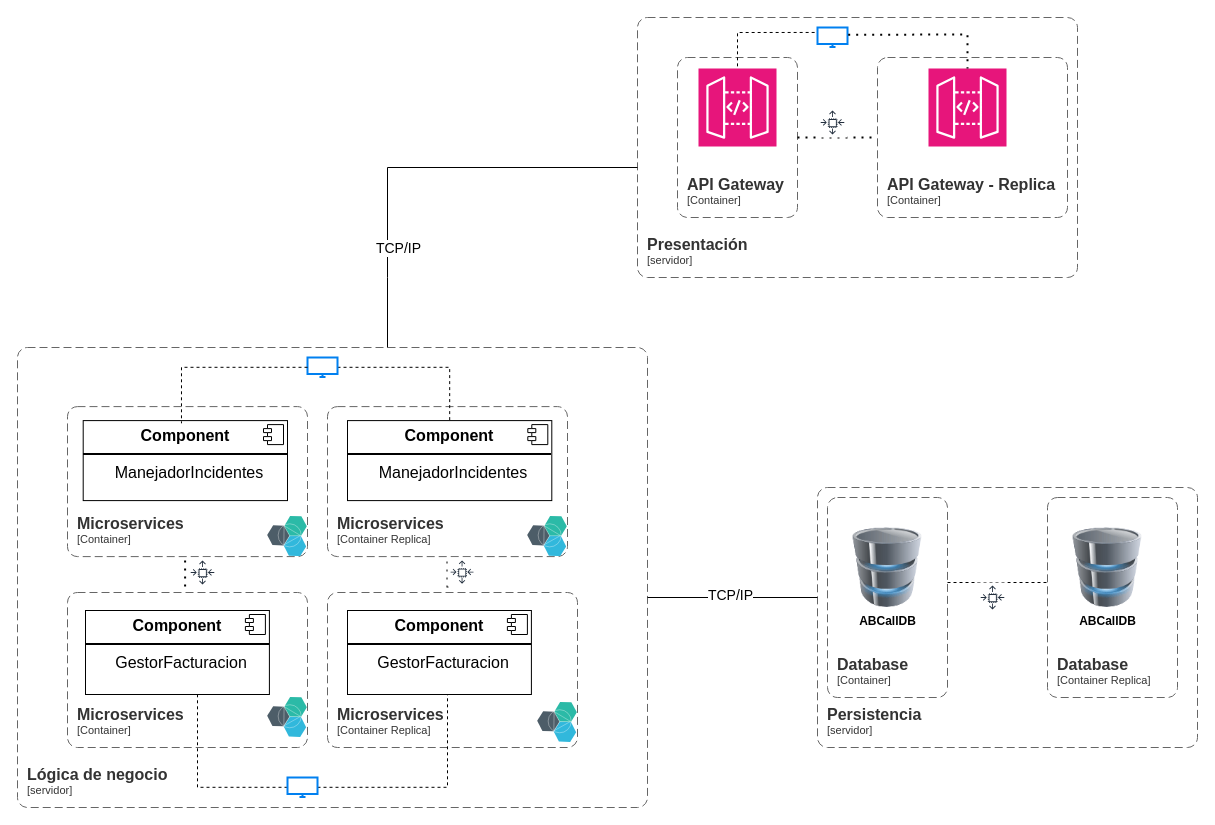
Before: page "hu experimento arquitectura abcall asincrono" (8 of 8) of diagramas.drawio in lordmkichavi-andes/MISW4202-202414-Grupo017, a draw.io diagram. Source tidied: cells renumbered, new cells numbered last; positions are measured from the earlier drawing's top-left corner, leaving out a move shared by most shapes. Both pictures are drawn from the tidied source at 100%, with x=0, y=0 at pixel (17, 17).
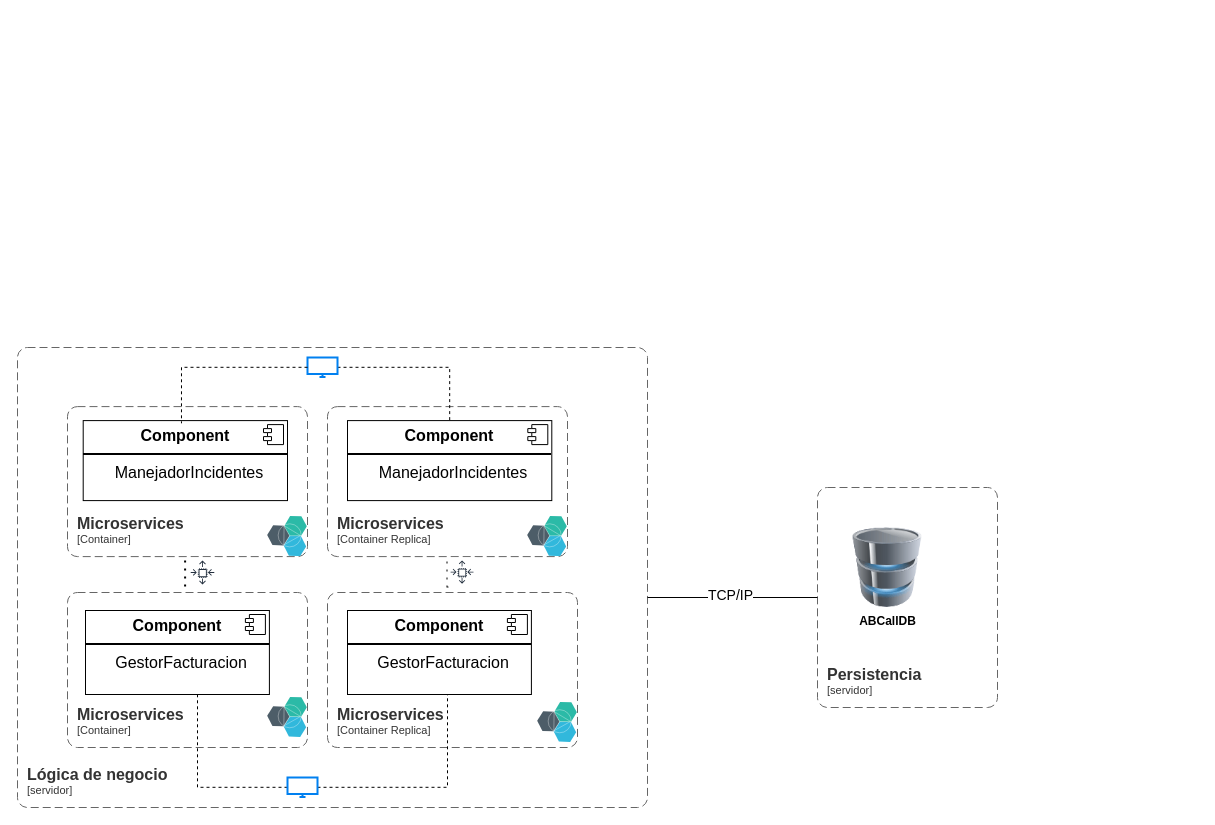
Above is the later version.

The edit, as a diff of the source:
```diff
@@
-    <mxCell id="6" style="edgeStyle=orthogonalEdgeStyle;rounded=0;orthogonalLoop=1;jettySize=auto;html=1;endArrow=none;endFill=0;dashed=1;" parent="1" edge="1">
-      <mxGeometry relative="1" as="geometry">
-        <mxPoint x="930" y="565" as="sourcePoint" />
-        <mxPoint x="1030" y="565" as="targetPoint" />
-      </mxGeometry>
-    </mxCell>
@@
-    <object id="9" label="&lt;font style=&quot;font-size: 16px&quot;&gt;&lt;b&gt;&lt;div style=&quot;text-align: left&quot;&gt;%c4Name%&lt;/div&gt;&lt;/b&gt;&lt;/font&gt;&lt;div style=&quot;text-align: left&quot;&gt;[%c4Application%]&lt;/div&gt;" c4Application="servidor" c4Name="Presentación" placeholders="1">
-      <mxCell style="rounded=1;fontSize=11;whiteSpace=wrap;html=1;dashed=1;arcSize=20;fillColor=none;strokeColor=#666666;fontColor=#333333;labelBackgroundColor=none;align=left;verticalAlign=bottom;labelBorderColor=none;spacingTop=0;spacing=10;dashPattern=8 4;perimeter=rectanglePerimeter;noLabel=0;labelPadding=0;absoluteArcSize=1;" parent="1" vertex="1">
-        <mxGeometry x="620" width="440" height="260" as="geometry" />
-      </mxCell>
-    </object>
     <object id="10" label="&lt;font style=&quot;font-size: 16px&quot;&gt;&lt;b&gt;&lt;div style=&quot;text-align: left&quot;&gt;%c4Name%&lt;/div&gt;&lt;/b&gt;&lt;/font&gt;&lt;div style=&quot;text-align: left&quot;&gt;[%c4Application%]&lt;/div&gt;" c4Application="servidor" c4Name="Persistencia" placeholders="1">
       <mxCell style="rounded=1;fontSize=11;whiteSpace=wrap;html=1;dashed=1;arcSize=20;fillColor=none;strokeColor=#666666;fontColor=#333333;labelBackgroundColor=none;align=left;verticalAlign=bottom;labelBorderColor=none;spacingTop=0;spacing=10;dashPattern=8 4;perimeter=rectanglePerimeter;noLabel=0;labelPadding=0;absoluteArcSize=1;" parent="1" vertex="1">
-        <mxGeometry x="800" y="470" width="380" height="260" as="geometry" />
+        <mxGeometry x="800" y="470" width="180" height="220" as="geometry" />
       </mxCell>
     </object>
@@
-    <mxCell id="12" style="sketch=0;points=[[0,0,0],[0.25,0,0],[0.5,0,0],[0.75,0,0],[1,0,0],[0,1,0],[0.25,1,0],[0.5,1,0],[0.75,1,0],[1,1,0],[0,0.25,0],[0,0.5,0],[0,0.75,0],[1,0.25,0],[1,0.5,0],[1,0.75,0]];outlineConnect=0;fontColor=#232F3E;fillColor=#E7157B;strokeColor=#ffffff;dashed=0;verticalLabelPosition=bottom;verticalAlign=top;align=center;html=1;fontSize=12;fontStyle=0;shape=mxgraph.aws4.resourceIcon;resIcon=mxgraph.aws4.api_gateway;" parent="1" vertex="1">
-      <mxGeometry x="911" y="51" width="78" height="78" as="geometry" />
-    </mxCell>
-    <mxCell id="13" style="endArrow=none;html=1;rounded=0;" parent="1" edge="1">
-      <mxGeometry relative="1" as="geometry">
-        <mxPoint x="370" y="330" as="sourcePoint" />
-        <mxPoint x="620" y="150" as="targetPoint" />
-        <Array as="points">
-          <mxPoint x="370" y="260" />
-          <mxPoint x="370" y="150" />
-        </Array>
-      </mxGeometry>
-    </mxCell>
-    <mxCell id="14" value="&lt;font style=&quot;font-size: 14px;&quot;&gt;TCP/IP&lt;/font&gt;" style="edgeLabel;html=1;align=center;verticalAlign=middle;" parent="13" vertex="1">
-      <mxGeometry x="-0.04" y="3" relative="1" as="geometry">
-        <mxPoint x="-16" y="83" as="offset" />
-      </mxGeometry>
-    </mxCell>
@@
-    <object id="28" label="&lt;font style=&quot;font-size: 16px&quot;&gt;&lt;b&gt;&lt;div style=&quot;text-align: left&quot;&gt;%c4Name%&lt;/div&gt;&lt;/b&gt;&lt;/font&gt;&lt;div style=&quot;text-align: left&quot;&gt;[%c4Application%]&lt;/div&gt;" c4Application="Container" c4Name="API Gateway" placeholders="1">
-      <mxCell style="rounded=1;fontSize=11;whiteSpace=wrap;html=1;dashed=1;arcSize=20;fillColor=none;strokeColor=#666666;fontColor=#333333;labelBackgroundColor=none;align=left;verticalAlign=bottom;labelBorderColor=none;spacingTop=0;spacing=10;dashPattern=8 4;perimeter=rectanglePerimeter;noLabel=0;labelPadding=0;absoluteArcSize=1;" parent="1" vertex="1">
-        <mxGeometry x="660" y="40" width="120" height="160" as="geometry" />
-      </mxCell>
-    </object>
-    <mxCell id="29" style="sketch=0;points=[[0,0,0],[0.25,0,0],[0.5,0,0],[0.75,0,0],[1,0,0],[0,1,0],[0.25,1,0],[0.5,1,0],[0.75,1,0],[1,1,0],[0,0.25,0],[0,0.5,0],[0,0.75,0],[1,0.25,0],[1,0.5,0],[1,0.75,0]];outlineConnect=0;fontColor=#232F3E;fillColor=#E7157B;strokeColor=#ffffff;dashed=0;verticalLabelPosition=bottom;verticalAlign=top;align=center;html=1;fontSize=12;fontStyle=0;shape=mxgraph.aws4.resourceIcon;resIcon=mxgraph.aws4.api_gateway;" parent="1" vertex="1">
-      <mxGeometry x="681" y="51" width="78" height="78" as="geometry" />
-    </mxCell>
-    <object id="30" label="&lt;font style=&quot;font-size: 16px&quot;&gt;&lt;b&gt;&lt;div style=&quot;text-align: left&quot;&gt;%c4Name%&lt;/div&gt;&lt;/b&gt;&lt;/font&gt;&lt;div style=&quot;text-align: left&quot;&gt;[%c4Application%]&lt;/div&gt;" c4Application="Container" c4Name="API Gateway - Replica" placeholders="1">
-      <mxCell style="rounded=1;fontSize=11;whiteSpace=wrap;html=1;dashed=1;arcSize=20;fillColor=none;strokeColor=#666666;fontColor=#333333;labelBackgroundColor=none;align=left;verticalAlign=bottom;labelBorderColor=none;spacingTop=0;spacing=10;dashPattern=8 4;perimeter=rectanglePerimeter;noLabel=0;labelPadding=0;absoluteArcSize=1;" parent="1" vertex="1">
-        <mxGeometry x="860" y="40" width="190" height="160" as="geometry" />
-      </mxCell>
-    </object>
-    <mxCell id="31" style="endArrow=none;dashed=1;html=1;dashPattern=1 3;strokeWidth=2;rounded=0;" parent="1" edge="1">
-      <mxGeometry relative="1" as="geometry">
-        <mxPoint x="780" y="120" as="sourcePoint" />
-        <mxPoint x="860" y="120" as="targetPoint" />
-      </mxGeometry>
-    </mxCell>
@@
-    <mxCell id="34" value="&lt;b&gt;ABCallDB&lt;/b&gt;&lt;div&gt;&lt;br&gt;&lt;/div&gt;" style="image;html=1;image=img/lib/clip_art/computers/Database_128x128.png;" parent="1" vertex="1">
-      <mxGeometry x="1050" y="510" width="80" height="80" as="geometry" />
-    </mxCell>
-    <object id="35" label="&lt;font style=&quot;font-size: 16px&quot;&gt;&lt;b&gt;&lt;div style=&quot;text-align: left&quot;&gt;%c4Name%&lt;/div&gt;&lt;/b&gt;&lt;/font&gt;&lt;div style=&quot;text-align: left&quot;&gt;[%c4Application%]&lt;/div&gt;" c4Application="Container" c4Name="Database" placeholders="1">
-      <mxCell style="rounded=1;fontSize=11;whiteSpace=wrap;html=1;dashed=1;arcSize=20;fillColor=none;strokeColor=#666666;fontColor=#333333;labelBackgroundColor=none;align=left;verticalAlign=bottom;labelBorderColor=none;spacingTop=0;spacing=10;dashPattern=8 4;perimeter=rectanglePerimeter;noLabel=0;labelPadding=0;absoluteArcSize=1;" parent="1" vertex="1">
-        <mxGeometry x="810" y="480" width="120" height="200" as="geometry" />
-      </mxCell>
-    </object>
-    <object id="36" label="&lt;font style=&quot;font-size: 16px&quot;&gt;&lt;b&gt;&lt;div style=&quot;text-align: left&quot;&gt;%c4Name%&lt;/div&gt;&lt;/b&gt;&lt;/font&gt;&lt;div style=&quot;text-align: left&quot;&gt;[%c4Application%]&lt;/div&gt;" c4Application="Container Replica" c4Name="Database" placeholders="1">
-      <mxCell style="rounded=1;fontSize=11;whiteSpace=wrap;html=1;dashed=1;arcSize=20;fillColor=none;strokeColor=#666666;fontColor=#333333;labelBackgroundColor=none;align=left;verticalAlign=bottom;labelBorderColor=none;spacingTop=0;spacing=10;dashPattern=8 4;perimeter=rectanglePerimeter;noLabel=0;labelPadding=0;absoluteArcSize=1;" parent="1" vertex="1">
-        <mxGeometry x="1030" y="480" width="130" height="200" as="geometry" />
-      </mxCell>
-    </object>
-    <mxCell id="37" style="sketch=0;fontColor=#232F3E;gradientColor=none;strokeColor=#232F3E;fillColor=#ffffff;dashed=0;verticalLabelPosition=bottom;verticalAlign=top;align=center;html=1;fontSize=12;fontStyle=0;shape=mxgraph.aws4.resourceIcon;resIcon=mxgraph.aws4.auto_scaling;" parent="1" vertex="1">
-      <mxGeometry x="960" y="565" width="30" height="30" as="geometry" />
-    </mxCell>
@@
-    <mxCell id="40" style="sketch=0;fontColor=#232F3E;gradientColor=none;strokeColor=#232F3E;fillColor=#ffffff;dashed=0;verticalLabelPosition=bottom;verticalAlign=top;align=center;html=1;fontSize=12;fontStyle=0;shape=mxgraph.aws4.resourceIcon;resIcon=mxgraph.aws4.auto_scaling;" parent="1" vertex="1">
-      <mxGeometry x="800" y="90" width="30" height="30" as="geometry" />
-    </mxCell>
-    <mxCell id="41" style="edgeStyle=orthogonalEdgeStyle;rounded=0;jettySize=auto;html=1;dashed=1;endArrow=none;endFill=0;exitX=0.105;exitY=0.254;exitDx=0;exitDy=0;exitPerimeter=0;" parent="1" edge="1" source="42" target="29">
-      <mxGeometry relative="1" as="geometry" />
-    </mxCell>
-    <mxCell id="42" style="html=1;verticalLabelPosition=bottom;align=center;labelBackgroundColor=#ffffff;verticalAlign=top;strokeWidth=2;strokeColor=#0080F0;shadow=0;dashed=0;shape=mxgraph.ios7.icons.monitor;" parent="1" vertex="1">
-      <mxGeometry x="800" y="10" width="30" height="19.5" as="geometry" />
-    </mxCell>
@@
-    <mxCell id="48" style="endArrow=none;dashed=1;html=1;dashPattern=1 3;strokeWidth=2;rounded=0;entryX=0.5;entryY=0;entryDx=0;entryDy=0;entryPerimeter=0;exitX=1.023;exitY=0.373;exitDx=0;exitDy=0;exitPerimeter=0;" parent="1" edge="1" source="42" target="12">
-      <mxGeometry relative="1" as="geometry">
-        <Array as="points">
-          <mxPoint x="950" y="17" />
-        </Array>
-      </mxGeometry>
-    </mxCell>
```
